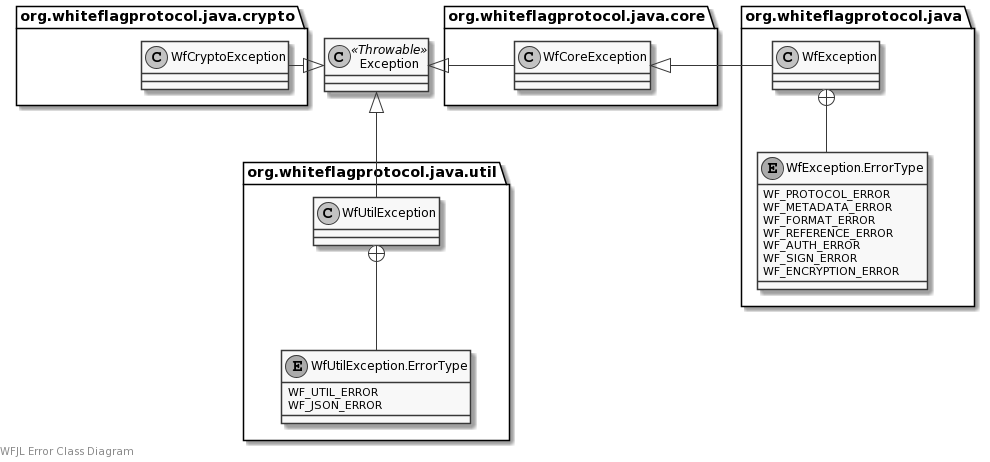
This is docs/uml/errors.png from WhiteflagProtocol/whiteflag-java, a PlantUML export, as it was before one commit.
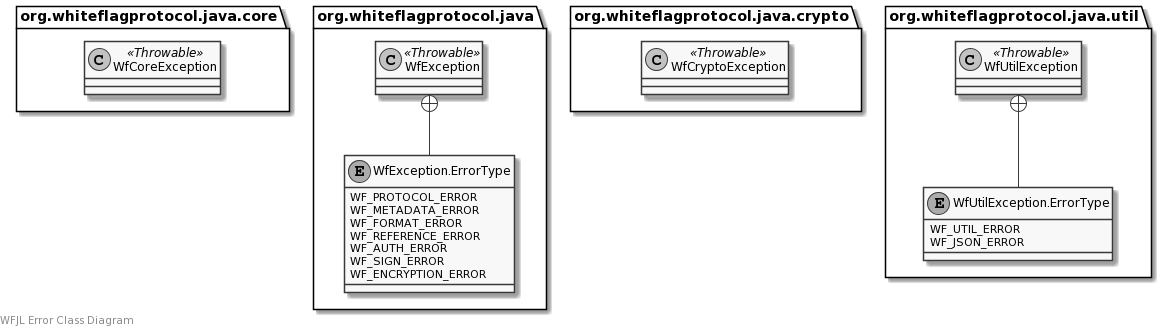
After the change.

Change to the diagram source:
```diff
@@ -4,14 +4,12 @@
 
 left footer WFJL Error Class Diagram
 
-class Exception <<Throwable>>
-
 package org.whiteflagprotocol.java.core {
-    class WfCoreException
+    class WfCoreException <<Throwable>>
 }
 
 package org.whiteflagprotocol.java {
-    class WfException
+    class WfException <<Throwable>>
     enum WfException.ErrorType {
         WF_PROTOCOL_ERROR
         WF_METADATA_ERROR
@@ -25,22 +23,15 @@
 }
 
 package org.whiteflagprotocol.java.crypto {
-    class WfCryptoException
+    class WfCryptoException <<Throwable>>
 }
 
 package org.whiteflagprotocol.java.util {
-    class WfUtilException
+    class WfUtilException <<Throwable>>
     enum WfUtilException.ErrorType {
         WF_UTIL_ERROR
         WF_JSON_ERROR
     }
     WfUtilException +-- WfUtilException.ErrorType
 }
-
-WfCryptoException -|> Exception
-
-Exception <|- WfCoreException
-WfCoreException <|- WfException
-
-Exception <|-- WfUtilException
 @enduml
```
